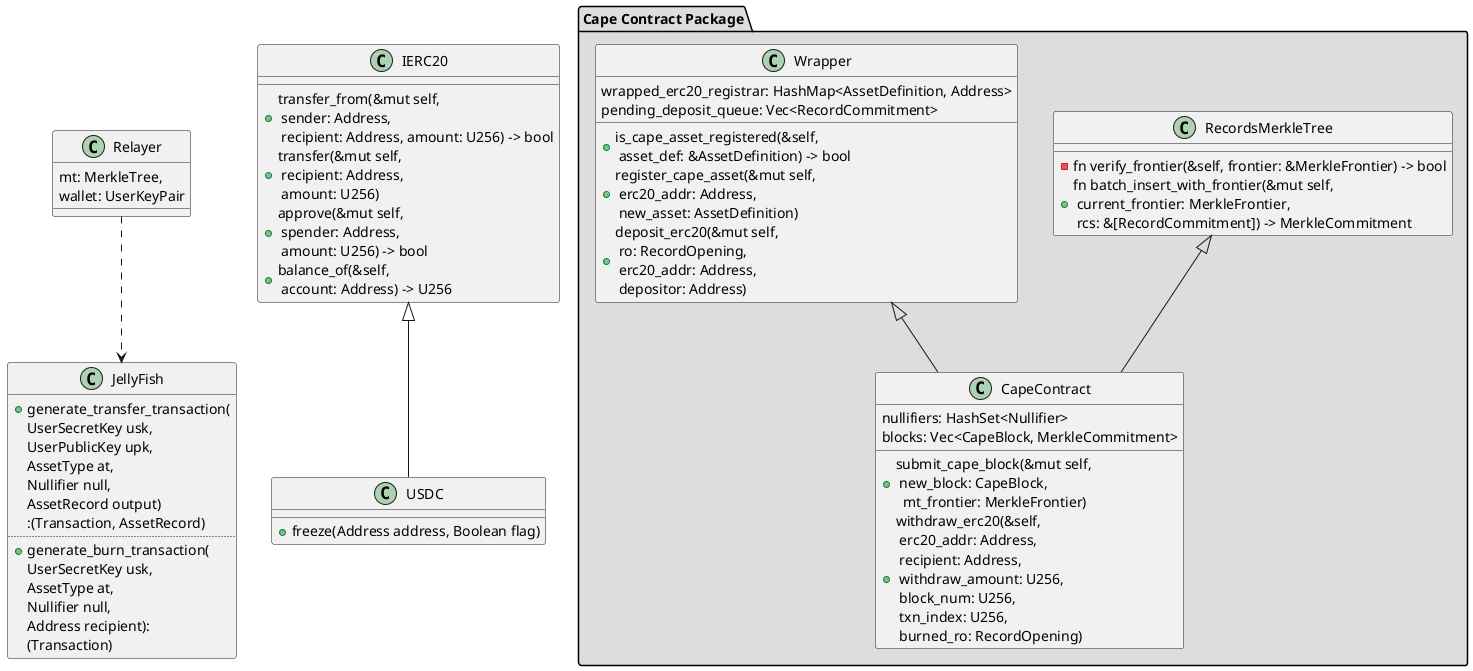
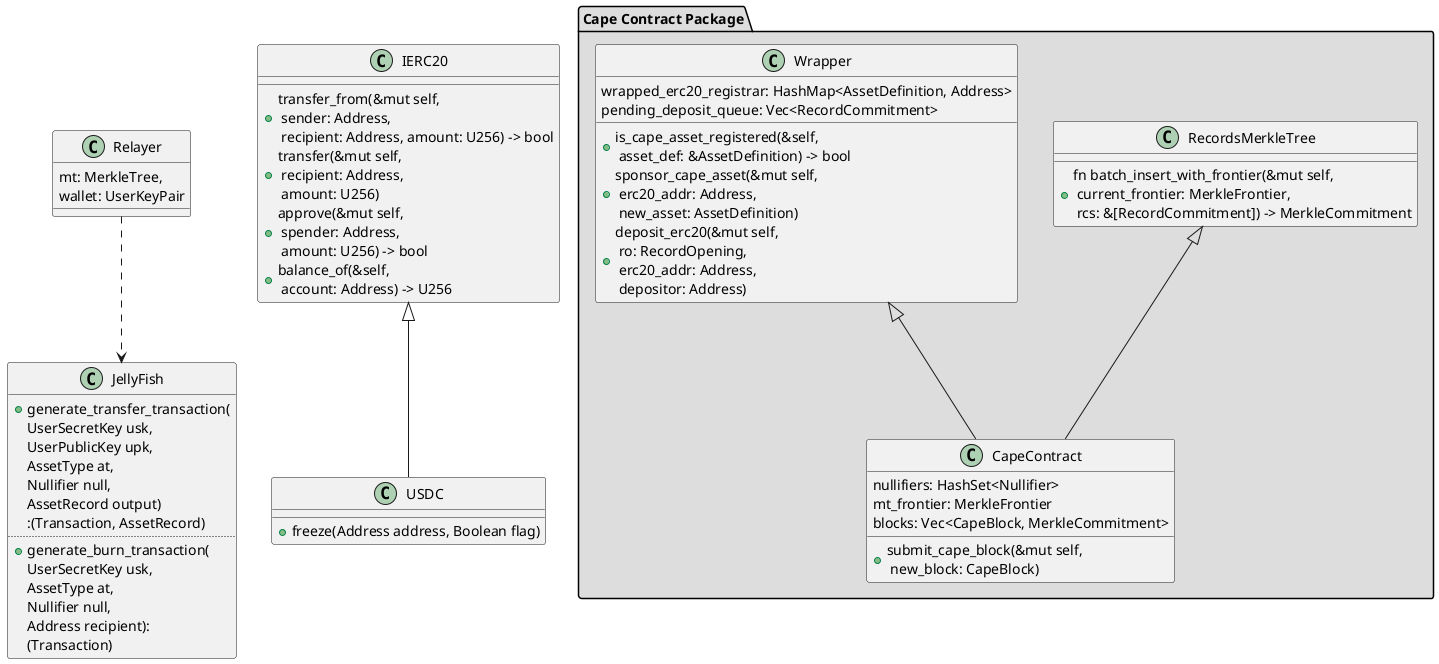

@startuml

class JellyFish {
  +generate_transfer_transaction(
      UserSecretKey usk,
      UserPublicKey upk,
      AssetType at,
      Nullifier null,
      AssetRecord output)
      :(Transaction, AssetRecord)
  ..
  +generate_burn_transaction(
      UserSecretKey usk,
      AssetType at,
      Nullifier null,
      Address recipient):
      (Transaction)
}

class Relayer {
    mt: MerkleTree,
    wallet: UserKeyPair

}


package "Cape Contract Package" #DDDDDD {

    class RecordsMerkleTree {
-         - fn verify_frontier(&self, frontier: &MerkleFrontier) -> bool
        + fn batch_insert_with_frontier(&mut self, \n current_frontier: MerkleFrontier, \n rcs: &[RecordCommitment]) -> MerkleCommitment
    }

    class CapeContract {
        nullifiers: HashSet<Nullifier>
+         mt_frontier: MerkleFrontier
        blocks: Vec<CapeBlock, MerkleCommitment>

-         + submit_cape_block(&mut self, \n new_block: CapeBlock, \n  mt_frontier: MerkleFrontier)
-         + withdraw_erc20(&self, \n erc20_addr: Address, \n recipient: Address, \n withdraw_amount: U256, \n block_num: U256,  \n txn_index: U256, \n burned_ro: RecordOpening)
+         + submit_cape_block(&mut self, \n new_block: CapeBlock)
    }

    class Wrapper {
        wrapped_erc20_registrar: HashMap<AssetDefinition, Address>
        pending_deposit_queue: Vec<RecordCommitment>
        +is_cape_asset_registered(&self, \n asset_def: &AssetDefinition) -> bool
-         +register_cape_asset(&mut self, \n erc20_addr: Address, \n new_asset: AssetDefinition)
+         +sponsor_cape_asset(&mut self, \n erc20_addr: Address, \n new_asset: AssetDefinition)
        +deposit_erc20(&mut self, \n ro: RecordOpening, \n erc20_addr: Address, \n depositor: Address)
    }

}

class IERC20 {
  +transfer_from(&mut self, \n sender: Address, \n recipient: Address, amount: U256) -> bool
  +transfer(&mut self, \n recipient: Address, \n amount: U256)
  +approve(&mut self, \n spender: Address, \n amount: U256) -> bool
  +balance_of(&self, \n account: Address) -> U256
}

class USDC {
  +freeze(Address address, Boolean flag)
}

Wrapper <|-- "CapeContract"
RecordsMerkleTree <|-- "CapeContract"
IERC20 <|-- USDC
Relayer ..> JellyFish
@enduml
